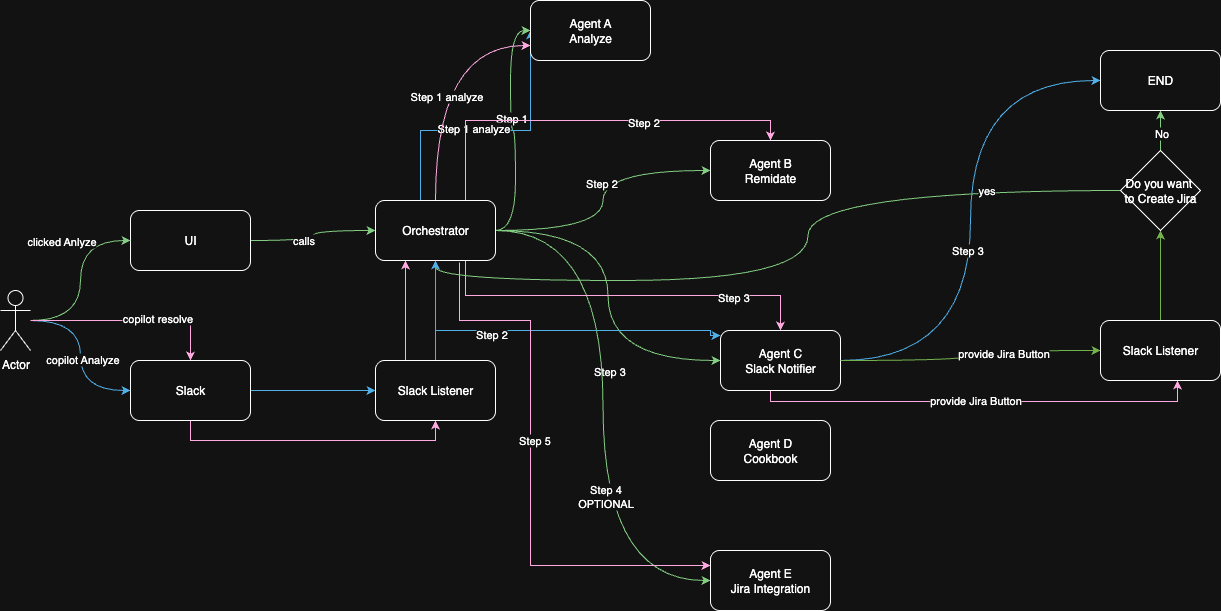
amitkumar0206/smart-devops-copilot keeps this draw.io diagram as flow.png. Above is the earlier version. Source tidied: cells renumbered, new cells last; positions are measured from the earlier drawing's top-left corner, leaving out a move shared by most shapes.
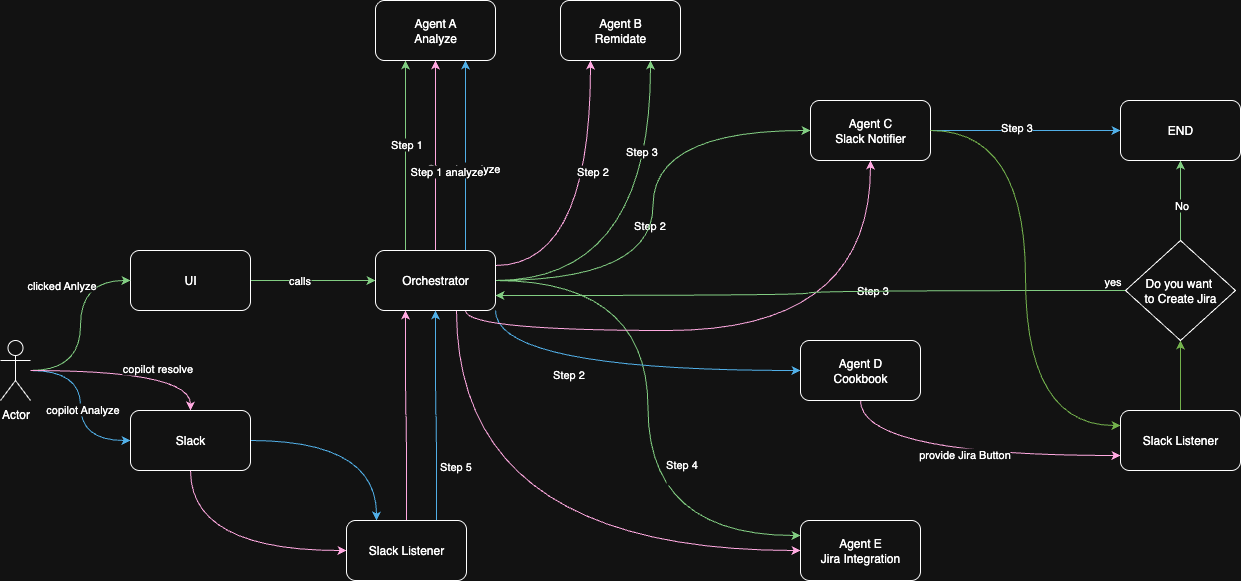
Above is the later version.

Commit message:
Updated flow diagram

The edit, as a diff of the source:
```diff
@@ -9,7 +9,7 @@
       <mxGeometry x="-0.23" y="1" relative="1" as="geometry" />
     </mxCell>
     <mxCell id="4" value="UI" style="rounded=1;whiteSpace=wrap;html=1;" parent="1" vertex="1">
-      <mxGeometry x="130" y="210" width="120" height="60" as="geometry" />
+      <mxGeometry x="130" y="200" width="120" height="60" as="geometry" />
     </mxCell>
     <mxCell id="5" style="edgeStyle=orthogonalEdgeStyle;rounded=0;jettySize=auto;html=1;entryX=0;entryY=0.5;entryDx=0;entryDy=0;curved=1;fillColor=#008a00;strokeColor=#005700;" parent="1" edge="1" source="11" target="4">
       <mxGeometry relative="1" as="geometry" />
@@ -25,7 +25,7 @@
     <mxCell id="8" value="copilot Analyze" style="edgeLabel;html=1;align=center;verticalAlign=middle;" parent="7" vertex="1">
       <mxGeometry x="0.04" y="1" relative="1" as="geometry" />
     </mxCell>
-    <mxCell id="9" style="edgeStyle=orthogonalEdgeStyle;rounded=0;jettySize=auto;html=1;fillColor=#d80073;strokeColor=#A50040;" parent="1" edge="1" source="11" target="14">
+    <mxCell id="9" style="edgeStyle=orthogonalEdgeStyle;rounded=0;jettySize=auto;html=1;fillColor=#d80073;strokeColor=#A50040;curved=1;" parent="1" edge="1" source="11" target="14">
       <mxGeometry relative="1" as="geometry" />
     </mxCell>
     <mxCell id="10" value="copilot resolve" style="edgeLabel;html=1;align=center;verticalAlign=middle;" parent="9" vertex="1">
@@ -34,22 +34,22 @@
     <mxCell id="11" value="Actor" style="shape=umlActor;verticalLabelPosition=bottom;verticalAlign=top;html=1;outlineConnect=0;" parent="1" vertex="1">
       <mxGeometry y="290" width="30" height="60" as="geometry" />
     </mxCell>
-    <mxCell id="12" style="edgeStyle=orthogonalEdgeStyle;rounded=0;jettySize=auto;html=1;fillColor=#1ba1e2;strokeColor=#006EAF;" parent="1" edge="1" source="14" target="58">
+    <mxCell id="12" style="edgeStyle=orthogonalEdgeStyle;rounded=0;jettySize=auto;html=1;fillColor=#1ba1e2;strokeColor=#006EAF;entryX=0.25;entryY=0;entryDx=0;entryDy=0;curved=1;" parent="1" edge="1" source="14" target="58">
       <mxGeometry relative="1" as="geometry" />
     </mxCell>
-    <mxCell id="13" style="edgeStyle=orthogonalEdgeStyle;rounded=0;jettySize=auto;html=1;entryX=0.5;entryY=1;entryDx=0;entryDy=0;exitX=0.5;exitY=1;exitDx=0;exitDy=0;fillColor=#d80073;strokeColor=#A50040;" parent="1" edge="1" source="14" target="58">
+    <mxCell id="13" style="edgeStyle=orthogonalEdgeStyle;rounded=0;jettySize=auto;html=1;entryX=0;entryY=0.5;entryDx=0;entryDy=0;exitX=0.5;exitY=1;exitDx=0;exitDy=0;fillColor=#d80073;strokeColor=#A50040;curved=1;" parent="1" edge="1" source="14" target="58">
       <mxGeometry relative="1" as="geometry" />
     </mxCell>
     <mxCell id="14" value="Slack" style="rounded=1;whiteSpace=wrap;html=1;" parent="1" vertex="1">
       <mxGeometry x="130" y="360" width="120" height="60" as="geometry" />
     </mxCell>
-    <mxCell id="15" style="edgeStyle=orthogonalEdgeStyle;rounded=0;jettySize=auto;html=1;fillColor=#008a00;strokeColor=#005700;curved=1;entryX=0;entryY=0.5;entryDx=0;entryDy=0;" parent="1" edge="1" source="35" target="36">
+    <mxCell id="15" style="edgeStyle=orthogonalEdgeStyle;rounded=0;jettySize=auto;html=1;fillColor=#008a00;strokeColor=#005700;curved=1;entryX=0.25;entryY=1;entryDx=0;entryDy=0;exitX=0.25;exitY=0;exitDx=0;exitDy=0;" parent="1" edge="1" source="35" target="36">
       <mxGeometry relative="1" as="geometry" />
     </mxCell>
     <mxCell id="16" value="Step 1" style="edgeLabel;html=1;align=center;verticalAlign=middle;" parent="15" vertex="1">
       <mxGeometry x="0.13" relative="1" as="geometry" />
     </mxCell>
-    <mxCell id="17" style="edgeStyle=orthogonalEdgeStyle;rounded=0;jettySize=auto;html=1;entryX=0;entryY=0.5;entryDx=0;entryDy=0;curved=1;fillColor=#008a00;strokeColor=#005700;" parent="1" edge="1" source="35" target="37">
+    <mxCell id="17" style="edgeStyle=orthogonalEdgeStyle;rounded=0;jettySize=auto;html=1;entryX=0.75;entryY=1;entryDx=0;entryDy=0;curved=1;fillColor=#008a00;strokeColor=#005700;" parent="1" edge="1" source="35" target="37">
       <mxGeometry relative="1" as="geometry" />
     </mxCell>
     <mxCell id="18" value="Step 2" style="edgeLabel;html=1;align=center;verticalAlign=middle;" parent="17" vertex="1">
@@ -60,79 +60,65 @@
     </mxCell>
     <mxCell id="20" value="Step 3" style="edgeLabel;html=1;align=center;verticalAlign=middle;" parent="19" vertex="1">
       <mxGeometry x="0.26" y="1" relative="1" as="geometry">
-        <mxPoint y="29" as="offset" />
+        <mxPoint x="-11" y="7" as="offset" />
       </mxGeometry>
     </mxCell>
-    <mxCell id="21" style="edgeStyle=orthogonalEdgeStyle;rounded=0;jettySize=auto;html=1;entryX=0;entryY=0.5;entryDx=0;entryDy=0;curved=1;fillColor=#008a00;strokeColor=#005700;" parent="1" edge="1" source="35" target="44">
+    <mxCell id="21" style="edgeStyle=orthogonalEdgeStyle;rounded=0;jettySize=auto;html=1;entryX=0;entryY=0.25;entryDx=0;entryDy=0;curved=1;fillColor=#008a00;strokeColor=#005700;" parent="1" edge="1" source="35" target="44">
       <mxGeometry relative="1" as="geometry" />
     </mxCell>
-    <mxCell id="22" value="Step 4&lt;div&gt;OPTIONAL&lt;/div&gt;" style="edgeLabel;html=1;align=center;verticalAlign=middle;" parent="21" vertex="1">
-      <mxGeometry x="0.32" y="2" relative="1" as="geometry" />
+    <mxCell id="22" value="Step 4&lt;div&gt;&lt;br&gt;&lt;/div&gt;" style="edgeLabel;html=1;align=center;verticalAlign=middle;" parent="21" vertex="1">
+      <mxGeometry x="0.32" y="2" relative="1" as="geometry">
+        <mxPoint x="31" y="-27" as="offset" />
+      </mxGeometry>
     </mxCell>
-    <mxCell id="23" style="edgeStyle=orthogonalEdgeStyle;rounded=0;jettySize=auto;html=1;entryX=0;entryY=0.5;entryDx=0;entryDy=0;fillColor=#1ba1e2;strokeColor=#006EAF;" parent="1" edge="1" source="35" target="36">
-      <mxGeometry relative="1" as="geometry">
-        <Array as="points">
-          <mxPoint x="420" y="130" />
-        </Array>
-      </mxGeometry>
+    <mxCell id="23" style="edgeStyle=orthogonalEdgeStyle;rounded=0;jettySize=auto;html=1;fillColor=#1ba1e2;strokeColor=#006EAF;curved=1;entryX=0.75;entryY=1;entryDx=0;entryDy=0;exitX=0.75;exitY=0;exitDx=0;exitDy=0;" parent="1" edge="1" source="35" target="36">
+      <mxGeometry relative="1" as="geometry" />
     </mxCell>
     <mxCell id="24" value="Step 1 analyze" style="edgeLabel;html=1;align=center;verticalAlign=middle;" parent="23" vertex="1">
       <mxGeometry x="-0.13" y="3" relative="1" as="geometry" />
     </mxCell>
-    <mxCell id="25" style="edgeStyle=orthogonalEdgeStyle;rounded=0;orthogonalLoop=1;jettySize=auto;html=1;entryX=0;entryY=0.25;entryDx=0;entryDy=0;fillColor=#1ba1e2;strokeColor=#006EAF;exitX=0.5;exitY=1;exitDx=0;exitDy=0;" parent="1" edge="1">
-      <mxGeometry relative="1" as="geometry">
-        <mxPoint x="435" y="250" as="sourcePoint" />
-        <mxPoint x="720" y="335" as="targetPoint" />
-        <Array as="points">
-          <mxPoint x="435" y="330" />
-          <mxPoint x="710" y="330" />
-          <mxPoint x="710" y="335" />
-        </Array>
-      </mxGeometry>
+    <mxCell id="25" style="edgeStyle=orthogonalEdgeStyle;rounded=0;jettySize=auto;html=1;entryX=0;entryY=0.5;entryDx=0;entryDy=0;fillColor=#1ba1e2;strokeColor=#006EAF;exitX=1;exitY=1;exitDx=0;exitDy=0;curved=1;" parent="1" edge="1" source="35" target="43">
+      <mxGeometry relative="1" as="geometry" />
     </mxCell>
     <mxCell id="26" value="Step 2" style="edgeLabel;html=1;align=center;verticalAlign=middle;" parent="25" vertex="1">
       <mxGeometry x="0.04" y="-3" relative="1" as="geometry">
         <mxPoint x="-57" as="offset" />
       </mxGeometry>
     </mxCell>
-    <mxCell id="27" style="edgeStyle=orthogonalEdgeStyle;rounded=0;jettySize=auto;html=1;entryX=0;entryY=0.75;entryDx=0;entryDy=0;fillColor=#d80073;strokeColor=#A50040;curved=1;exitX=0.5;exitY=0;exitDx=0;exitDy=0;" parent="1" edge="1" source="35" target="36">
+    <mxCell id="27" style="edgeStyle=orthogonalEdgeStyle;rounded=0;jettySize=auto;html=1;entryX=0.5;entryY=1;entryDx=0;entryDy=0;fillColor=#d80073;strokeColor=#A50040;curved=1;exitX=0.5;exitY=0;exitDx=0;exitDy=0;" parent="1" edge="1" source="35" target="36">
       <mxGeometry relative="1" as="geometry" />
     </mxCell>
     <mxCell id="28" value="Step 1 analyze" style="edgeLabel;html=1;align=center;verticalAlign=middle;" parent="27" vertex="1">
       <mxGeometry x="-0.16" y="-10" relative="1" as="geometry" />
     </mxCell>
-    <mxCell id="29" style="edgeStyle=orthogonalEdgeStyle;rounded=0;jettySize=auto;html=1;entryX=0.5;entryY=0;entryDx=0;entryDy=0;exitX=0.75;exitY=0;exitDx=0;exitDy=0;fillColor=#d80073;strokeColor=#A50040;" parent="1" edge="1" source="35" target="37">
+    <mxCell id="29" style="edgeStyle=orthogonalEdgeStyle;rounded=0;jettySize=auto;html=1;entryX=0.25;entryY=1;entryDx=0;entryDy=0;exitX=1;exitY=0.25;exitDx=0;exitDy=0;fillColor=#d80073;strokeColor=#A50040;curved=1;" parent="1" edge="1" source="35" target="37">
       <mxGeometry relative="1" as="geometry" />
     </mxCell>
     <mxCell id="30" value="Step 2" style="edgeLabel;html=1;align=center;verticalAlign=middle;" parent="29" vertex="1">
       <mxGeometry x="0.27" y="-1" relative="1" as="geometry" />
     </mxCell>
-    <mxCell id="31" style="edgeStyle=orthogonalEdgeStyle;rounded=0;jettySize=auto;html=1;entryX=0.5;entryY=0;entryDx=0;entryDy=0;exitX=0.75;exitY=1;exitDx=0;exitDy=0;fillColor=#d80073;strokeColor=#A50040;" parent="1" edge="1" source="35" target="42">
+    <mxCell id="31" style="edgeStyle=orthogonalEdgeStyle;rounded=0;jettySize=auto;html=1;entryX=0.5;entryY=1;entryDx=0;entryDy=0;exitX=0.75;exitY=1;exitDx=0;exitDy=0;fillColor=#d80073;strokeColor=#A50040;curved=1;" parent="1" edge="1" source="35" target="42">
       <mxGeometry relative="1" as="geometry" />
     </mxCell>
     <mxCell id="32" value="Step 3" style="edgeLabel;html=1;align=center;verticalAlign=middle;" parent="31" vertex="1">
       <mxGeometry x="0.57" y="-1" relative="1" as="geometry" />
     </mxCell>
-    <mxCell id="33" style="edgeStyle=orthogonalEdgeStyle;rounded=0;jettySize=auto;html=1;entryX=0;entryY=0.25;entryDx=0;entryDy=0;exitX=0.7;exitY=1.033;exitDx=0;exitDy=0;exitPerimeter=0;fillColor=#d80073;strokeColor=#A50040;" parent="1" edge="1" source="35" target="44">
-      <mxGeometry relative="1" as="geometry">
-        <Array as="points">
-          <mxPoint x="459" y="320" />
-          <mxPoint x="530" y="320" />
-          <mxPoint x="530" y="565" />
-        </Array>
-      </mxGeometry>
+    <mxCell id="33" style="edgeStyle=orthogonalEdgeStyle;rounded=0;jettySize=auto;html=1;entryX=0;entryY=0.5;entryDx=0;entryDy=0;exitX=0.675;exitY=1;exitDx=0;exitDy=0;exitPerimeter=0;fillColor=#d80073;strokeColor=#A50040;curved=1;" parent="1" edge="1" source="35" target="44">
+      <mxGeometry relative="1" as="geometry" />
     </mxCell>
     <mxCell id="34" value="Step 5" style="edgeLabel;html=1;align=center;verticalAlign=middle;" parent="33" vertex="1">
-      <mxGeometry x="-0.1" y="3" relative="1" as="geometry" />
+      <mxGeometry x="-0.1" y="3" relative="1" as="geometry">
+        <mxPoint x="-25" y="-82" as="offset" />
+      </mxGeometry>
     </mxCell>
     <mxCell id="35" value="Orchestrator" style="rounded=1;whiteSpace=wrap;html=1;" parent="1" vertex="1">
       <mxGeometry x="375" y="200" width="120" height="60" as="geometry" />
     </mxCell>
     <mxCell id="36" value="Agent A&lt;div&gt;Analyze&lt;/div&gt;" style="rounded=1;whiteSpace=wrap;html=1;" parent="1" vertex="1">
-      <mxGeometry x="530" width="120" height="60" as="geometry" />
+      <mxGeometry x="375" y="-50" width="120" height="60" as="geometry" />
     </mxCell>
     <mxCell id="37" value="Agent B&lt;div&gt;Remidate&lt;/div&gt;" style="rounded=1;whiteSpace=wrap;html=1;" parent="1" vertex="1">
-      <mxGeometry x="710" y="140" width="120" height="60" as="geometry" />
+      <mxGeometry x="560" y="-50" width="120" height="60" as="geometry" />
     </mxCell>
     <mxCell id="38" style="edgeStyle=orthogonalEdgeStyle;rounded=0;jettySize=auto;html=1;entryX=0;entryY=0.5;entryDx=0;entryDy=0;curved=1;fillColor=#1ba1e2;strokeColor=#006EAF;" parent="1" edge="1" source="42" target="51">
       <mxGeometry relative="1" as="geometry" />
@@ -140,36 +126,36 @@
     <mxCell id="39" value="Step 3" style="edgeLabel;html=1;align=center;verticalAlign=middle;" parent="38" vertex="1">
       <mxGeometry x="-0.11" y="4" relative="1" as="geometry" />
     </mxCell>
-    <mxCell id="40" style="edgeStyle=orthogonalEdgeStyle;rounded=0;orthogonalLoop=1;jettySize=auto;html=1;entryX=0.558;entryY=0.983;entryDx=0;entryDy=0;fillColor=#d80073;strokeColor=#A50040;entryPerimeter=0;exitX=0.5;exitY=1;exitDx=0;exitDy=0;" parent="1" edge="1">
-      <mxGeometry relative="1" as="geometry">
-        <mxPoint x="770" y="381" as="sourcePoint" />
-        <mxPoint x="1177" y="380" as="targetPoint" />
-        <Array as="points">
-          <mxPoint x="770" y="401" />
-          <mxPoint x="1177" y="401" />
-        </Array>
-      </mxGeometry>
+    <mxCell id="40" style="edgeStyle=orthogonalEdgeStyle;rounded=0;jettySize=auto;html=1;entryX=0;entryY=0.75;entryDx=0;entryDy=0;fillColor=#d80073;strokeColor=#A50040;exitX=0.5;exitY=1;exitDx=0;exitDy=0;curved=1;" parent="1" edge="1" source="43" target="55">
+      <mxGeometry relative="1" as="geometry" />
     </mxCell>
     <mxCell id="41" value="provide Jira Button" style="edgeLabel;html=1;align=center;verticalAlign=middle;" parent="40" vertex="1">
       <mxGeometry y="2" relative="1" as="geometry" />
     </mxCell>
     <mxCell id="42" value="Agent C&lt;div&gt;Slack Notifier&lt;/div&gt;" style="rounded=1;whiteSpace=wrap;html=1;" parent="1" vertex="1">
-      <mxGeometry x="720" y="330" width="120" height="60" as="geometry" />
+      <mxGeometry x="810" y="50" width="120" height="60" as="geometry" />
     </mxCell>
     <mxCell id="43" value="Agent D&lt;div&gt;Cookbook&lt;/div&gt;" style="rounded=1;whiteSpace=wrap;html=1;" parent="1" vertex="1">
-      <mxGeometry x="710" y="420" width="120" height="60" as="geometry" />
+      <mxGeometry x="800" y="290" width="120" height="60" as="geometry" />
     </mxCell>
     <mxCell id="44" value="Agent E&lt;div&gt;Jira Integration&lt;/div&gt;" style="rounded=1;whiteSpace=wrap;html=1;" parent="1" vertex="1">
-      <mxGeometry x="710" y="550" width="120" height="60" as="geometry" />
+      <mxGeometry x="800" y="470" width="120" height="60" as="geometry" />
     </mxCell>
     <mxCell id="45" style="edgeStyle=orthogonalEdgeStyle;rounded=0;jettySize=auto;html=1;entryX=0.5;entryY=1;entryDx=0;entryDy=0;fillColor=#60a917;strokeColor=#2D7600;curved=1;" parent="1" edge="1" source="55" target="50">
       <mxGeometry relative="1" as="geometry" />
     </mxCell>
-    <mxCell id="46" style="edgeStyle=orthogonalEdgeStyle;rounded=0;jettySize=auto;html=1;entryX=0.5;entryY=1;entryDx=0;entryDy=0;fillColor=#008a00;strokeColor=#005700;curved=1;" parent="1" edge="1" source="50" target="35">
-      <mxGeometry relative="1" as="geometry" />
+    <mxCell id="46" style="edgeStyle=orthogonalEdgeStyle;rounded=0;jettySize=auto;html=1;entryX=1;entryY=0.75;entryDx=0;entryDy=0;fillColor=#008a00;strokeColor=#005700;curved=1;exitX=0;exitY=0.5;exitDx=0;exitDy=0;" parent="1" edge="1" source="50" target="35">
+      <mxGeometry relative="1" as="geometry">
+        <Array as="points">
+          <mxPoint x="808" y="240" />
+          <mxPoint x="808" y="245" />
+        </Array>
+      </mxGeometry>
     </mxCell>
     <mxCell id="47" value="yes" style="edgeLabel;html=1;align=center;verticalAlign=middle;" parent="46" vertex="1">
-      <mxGeometry x="-0.66" y="-1" relative="1" as="geometry" />
+      <mxGeometry x="-0.66" y="-1" relative="1" as="geometry">
+        <mxPoint x="93" y="-9" as="offset" />
+      </mxGeometry>
     </mxCell>
     <mxCell id="48" style="edgeStyle=orthogonalEdgeStyle;rounded=0;jettySize=auto;html=1;curved=1;fillColor=#008a00;strokeColor=#005700;" parent="1" edge="1" source="50" target="51">
       <mxGeometry relative="1" as="geometry" />
@@ -178,33 +164,28 @@
       <mxGeometry x="-0.1" relative="1" as="geometry" />
     </mxCell>
     <mxCell id="50" value="Do you want&amp;nbsp;&lt;div&gt;to Create Jira&lt;/div&gt;" style="rhombus;whiteSpace=wrap;html=1;" parent="1" vertex="1">
-      <mxGeometry x="1120" y="150" width="80" height="80" as="geometry" />
+      <mxGeometry x="1125" y="190" width="110" height="100" as="geometry" />
     </mxCell>
     <mxCell id="51" value="END" style="rounded=1;whiteSpace=wrap;html=1;" parent="1" vertex="1">
-      <mxGeometry x="1100" y="50" width="120" height="60" as="geometry" />
+      <mxGeometry x="1120" y="50" width="120" height="60" as="geometry" />
     </mxCell>
-    <mxCell id="52" style="edgeStyle=orthogonalEdgeStyle;rounded=0;jettySize=auto;html=1;entryX=0;entryY=0.5;entryDx=0;entryDy=0;fillColor=#60a917;strokeColor=#2D7600;curved=1;" parent="1" edge="1" source="42" target="55">
+    <mxCell id="52" style="edgeStyle=orthogonalEdgeStyle;rounded=0;jettySize=auto;html=1;entryX=0;entryY=0.25;entryDx=0;entryDy=0;fillColor=#60a917;strokeColor=#2D7600;elbow=vertical;curved=1;" parent="1" edge="1" source="42" target="55">
       <mxGeometry relative="1" as="geometry" />
     </mxCell>
     <mxCell id="53" value="&lt;span style=&quot;color: rgba(0, 0, 0, 0); font-family: monospace; font-size: 0px; text-align: start; background-color: rgb(27, 29, 30);&quot;&gt;%3CmxGraphModel%3E%3Croot%3E%3CmxCell%20id%3D%220%22%2F%3E%3CmxCell%20id%3D%221%22%20parent%3D%220%22%2F%3E%3CmxCell%20id%3D%222%22%20value%3D%22provide%20Jira%20Button%22%20style%3D%22edgeLabel%3Bhtml%3D1%3Balign%3Dcenter%3BverticalAlign%3Dmiddle%3Bresizable%3D0%3Bpoints%3D%5B%5D%3B%22%20vertex%3D%221%22%20connectable%3D%220%22%20parent%3D%221%22%3E%3CmxGeometry%20x%3D%22935%22%20y%3D%22308%22%20as%3D%22geometry%22%2F%3E%3C%2FmxCell%3E%3C%2Froot%3E%3C%2FmxGraphModel%3E&lt;/span&gt;" style="edgeLabel;html=1;align=center;verticalAlign=middle;" parent="52" vertex="1">
       <mxGeometry x="0.36" y="-2" relative="1" as="geometry" />
     </mxCell>
-    <mxCell id="54" value="provide Jira Button" style="edgeLabel;html=1;align=center;verticalAlign=middle;" parent="52" vertex="1">
-      <mxGeometry x="0.54" y="-2" relative="1" as="geometry">
-        <mxPoint x="-36" as="offset" />
-      </mxGeometry>
-    </mxCell>
     <mxCell id="55" value="Slack Listener" style="rounded=1;whiteSpace=wrap;html=1;" parent="1" vertex="1">
-      <mxGeometry x="1100" y="320" width="120" height="60" as="geometry" />
+      <mxGeometry x="1120" y="360" width="120" height="60" as="geometry" />
     </mxCell>
-    <mxCell id="56" style="edgeStyle=orthogonalEdgeStyle;rounded=0;jettySize=auto;html=1;entryX=0.5;entryY=1;entryDx=0;entryDy=0;fillColor=#1ba1e2;strokeColor=#006EAF;" parent="1" edge="1" source="58" target="35">
+    <mxCell id="56" style="edgeStyle=orthogonalEdgeStyle;rounded=0;jettySize=auto;html=1;entryX=0.5;entryY=1;entryDx=0;entryDy=0;fillColor=#1ba1e2;strokeColor=#006EAF;curved=1;exitX=0.75;exitY=0;exitDx=0;exitDy=0;" parent="1" edge="1" source="58" target="35">
       <mxGeometry relative="1" as="geometry" />
     </mxCell>
-    <mxCell id="57" style="edgeStyle=orthogonalEdgeStyle;rounded=0;jettySize=auto;html=1;entryX=0.25;entryY=1;entryDx=0;entryDy=0;exitX=0.25;exitY=0;exitDx=0;exitDy=0;fillColor=#d80073;strokeColor=#A50040;" parent="1" edge="1" source="58" target="35">
+    <mxCell id="57" style="edgeStyle=orthogonalEdgeStyle;rounded=0;jettySize=auto;html=1;entryX=0.25;entryY=1;entryDx=0;entryDy=0;fillColor=#d80073;strokeColor=#A50040;curved=1;exitX=0.5;exitY=0;exitDx=0;exitDy=0;" parent="1" edge="1" source="58" target="35">
       <mxGeometry relative="1" as="geometry" />
     </mxCell>
     <mxCell id="58" value="Slack Listener" style="rounded=1;whiteSpace=wrap;html=1;" parent="1" vertex="1">
-      <mxGeometry x="375" y="360" width="120" height="60" as="geometry" />
+      <mxGeometry x="346" y="470" width="120" height="60" as="geometry" />
     </mxCell>
   </root>
 </mxGraphModel>
```
